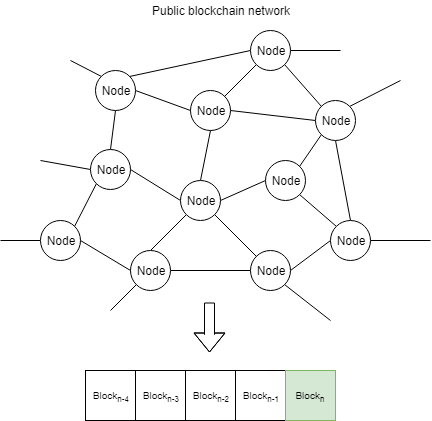
Before: docs/blockchain/technologie/images/blockchain_public.png, a diagram exported from draw.io (suiody/book). Source tidied: cells renumbered, new cells last; positions are measured from the earlier drawing's top-left corner, leaving out a move shared by most shapes.
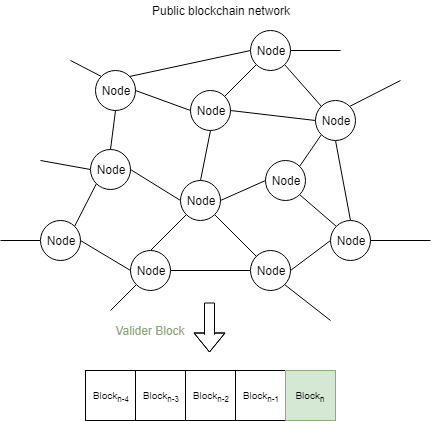
After the commit.

Diff of the diagram source:
```diff
@@ -156,5 +156,8 @@
     <mxCell id="45" value="Public blockchain network" style="text;html=1;strokeColor=none;fillColor=none;align=center;verticalAlign=middle;whiteSpace=wrap;rounded=0;" parent="1" vertex="1">
       <mxGeometry x="145" width="150" height="20" as="geometry" />
     </mxCell>
+    <mxCell id="46" value="Valider Block" style="text;html=1;strokeColor=none;fillColor=none;align=center;verticalAlign=middle;whiteSpace=wrap;rounded=0;fontColor=#89A67A;" parent="1" vertex="1">
+      <mxGeometry x="110" y="320" width="80" height="20" as="geometry" />
+    </mxCell>
   </root>
 </mxGraphModel>
```
